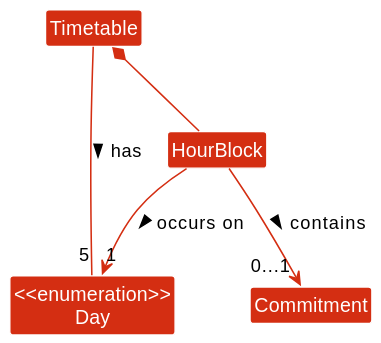
The PlantUML diagram docs/images/TimetableClass.svg in nus-cs2103-AY2223S2/tp, before a commit. Source of this version:
```plantuml
@startuml

!include style.puml
skinparam arrowThickness 1.1
skinparam arrowColor MODEL_COLOR
skinparam classBackgroundColor MODEL_COLOR

class Timetable

class HourBlock
enum "<<enumeration>>\nDay" as Day
class Commitment

Day "5"--left- Timetable : has <
HourBlock -up-* Timetable
HourBlock --> "1" Day : occurs on >
HourBlock --> "0...1" Commitment : contains >

@enduml
```
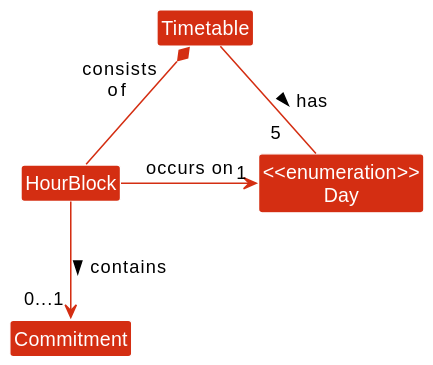
Later version of the same file.

Diff of the diagram source:
```diff
@@ -11,9 +11,9 @@
 enum "<<enumeration>>\nDay" as Day
 class Commitment
 
-Day "5"--left- Timetable : has <
-HourBlock -up-* Timetable
-HourBlock --> "1" Day : occurs on >
+Day "5    " --right-- Timetable : has <
+HourBlock -up-*"consists   \nof    " Timetable
+HourBlock ---right---> "  1" Day : occurs on
 HourBlock --> "0...1" Commitment : contains >
 
 @enduml
```
